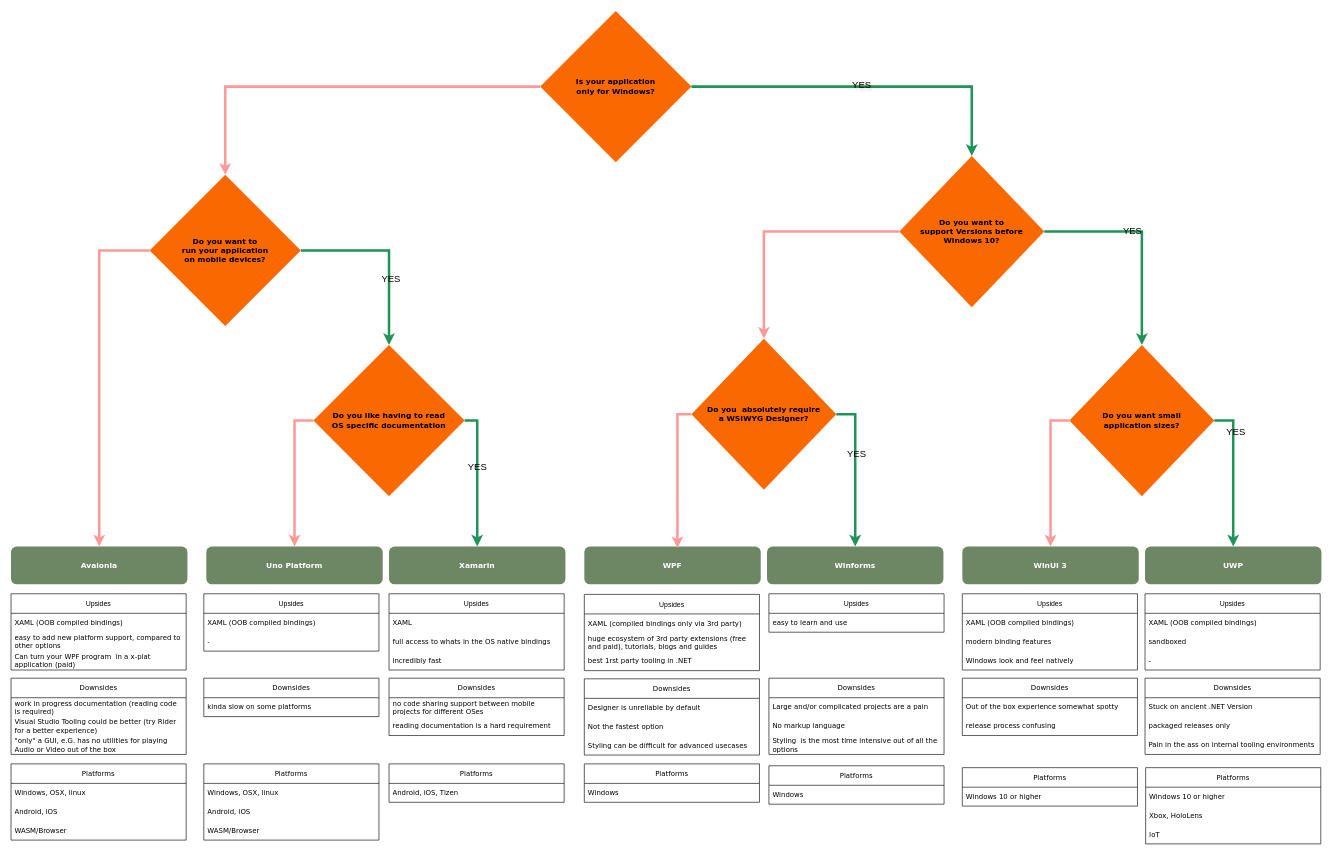
This is .net-gui-overview.drawio from Insire/diagrams, a draw.io file, before an edit. Source tidied: cells renumbered, new cells numbered last; positions are measured from the earlier drawing's top-left corner, leaving out a move shared by most shapes. Both pictures are drawn from the tidied source at 63%, with x=0, y=0 at pixel (11, 11).
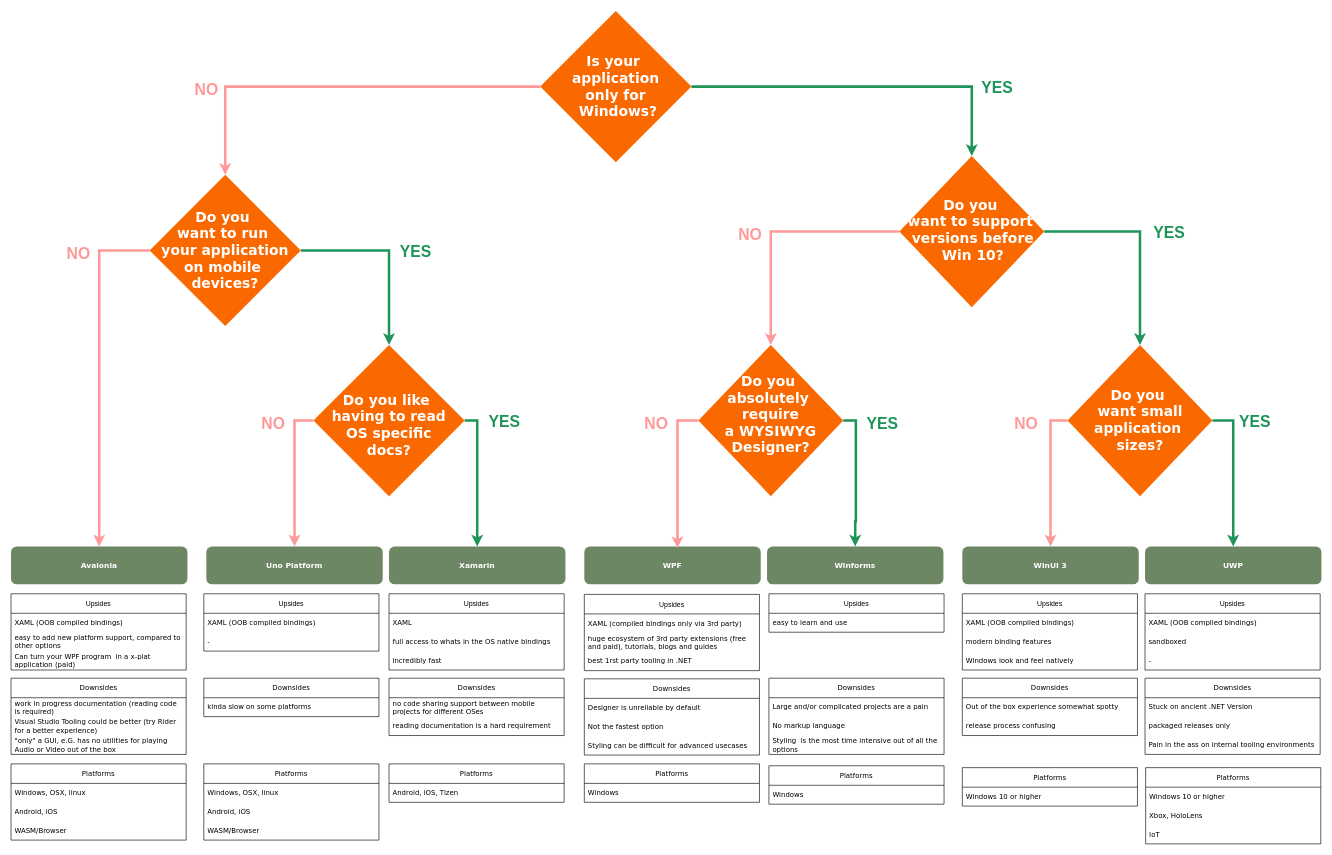
The same diagram, later.

Unchanged cells that the change refers to:
```xml
<mxCell id="3" style="edgeStyle=orthogonalEdgeStyle;rounded=0;jettySize=auto;html=1;entryX=0.5;entryY=0;entryDx=0;entryDy=0;exitX=1;exitY=0.5;exitDx=0;exitDy=0;strokeColor=#1E9459;strokeWidth=4;align=center;verticalAlign=middle;fontFamily=Helvetica;fontSize=11;fontColor=default;labelBackgroundColor=default;endArrow=classic;fillColor=#cdeb8b;" parent="1" edge="1" source="20" target="15">
  <mxGeometry relative="1" as="geometry" />
</mxCell>
<mxCell id="13" style="edgeStyle=orthogonalEdgeStyle;rounded=0;jettySize=auto;html=1;entryX=0.5;entryY=0;entryDx=0;entryDy=0;strokeColor=#1E9459;strokeWidth=4;align=center;verticalAlign=middle;fontFamily=Helvetica;fontSize=11;fontColor=default;labelBackgroundColor=default;endArrow=classic;fillColor=#cdeb8b;" parent="1" edge="1" source="15" target="32">
  <mxGeometry relative="1" as="geometry" />
</mxCell>
<mxCell id="17" style="edgeStyle=orthogonalEdgeStyle;rounded=0;jettySize=auto;html=1;strokeColor=#1E9459;strokeWidth=4;align=center;verticalAlign=middle;fontFamily=Helvetica;fontSize=11;fontColor=default;labelBackgroundColor=default;endArrow=classic;fillColor=#cdeb8b;" parent="1" edge="1" source="19" target="24">
  <mxGeometry relative="1" as="geometry" />
</mxCell>
<mxCell id="21" style="edgeStyle=orthogonalEdgeStyle;rounded=0;jettySize=auto;html=1;exitX=1;exitY=0.5;exitDx=0;exitDy=0;fillColor=#cdeb8b;strokeColor=#1E9459;strokeWidth=4;align=center;verticalAlign=middle;fontFamily=Helvetica;fontSize=11;fontColor=default;labelBackgroundColor=default;endArrow=classic;" parent="1" edge="1" source="24" target="11">
  <mxGeometry relative="1" as="geometry" />
</mxCell>
<mxCell id="25" style="edgeStyle=orthogonalEdgeStyle;rounded=0;jettySize=auto;html=1;entryX=0.5;entryY=0;entryDx=0;entryDy=0;exitX=1;exitY=0.5;exitDx=0;exitDy=0;strokeColor=#1E9459;strokeWidth=4;align=center;verticalAlign=middle;fontFamily=Helvetica;fontSize=11;fontColor=default;labelBackgroundColor=default;endArrow=classic;fillColor=#cdeb8b;" parent="1" edge="1" source="27" target="6">
  <mxGeometry relative="1" as="geometry" />
</mxCell>
<mxCell id="29" style="edgeStyle=orthogonalEdgeStyle;rounded=0;jettySize=auto;html=1;entryX=0.5;entryY=0;entryDx=0;entryDy=0;exitX=1;exitY=0.5;exitDx=0;exitDy=0;strokeColor=#1E9459;strokeWidth=4;align=center;verticalAlign=middle;fontFamily=Helvetica;fontSize=11;fontColor=default;labelBackgroundColor=default;endArrow=classic;fillColor=#cdeb8b;" parent="1" edge="1" source="32" target="8">
  <mxGeometry relative="1" as="geometry" />
</mxCell>
```

Diff of the diagram source:
```diff
@@
-    <mxCell id="4" value="YES" style="edgeLabel;html=1;align=center;verticalAlign=middle;textShadow=1;labelBackgroundColor=none;fontSize=15;" parent="3" vertex="1">
-      <mxGeometry x="-0.03" y="4" relative="1" as="geometry" />
-    </mxCell>
@@
-    <mxCell id="14" value="YES" style="edgeLabel;html=1;align=center;verticalAlign=middle;fontFamily=Helvetica;fontSize=15;fontColor=default;labelBackgroundColor=none;" parent="13" vertex="1">
-      <mxGeometry x="-0.17" y="2" relative="1" as="geometry" />
-    </mxCell>
-    <mxCell id="15" value="&lt;div&gt;&lt;b&gt;Do you want to&lt;br&gt; support Versions before&lt;br&gt;Windows 10?&lt;/b&gt;&lt;/div&gt;" style="rhombus;whiteSpace=wrap;html=1;fillColor=#fa6800;fontColor=#000000;strokeColor=none;fontFamily=Verdana;" parent="1" vertex="1">
+    <mxCell id="15" value="&lt;div style=&quot;font-size: 22px;&quot;&gt;&lt;b style=&quot;font-size: 22px;&quot;&gt;Do you&amp;nbsp;&lt;/b&gt;&lt;/div&gt;&lt;div style=&quot;font-size: 22px;&quot;&gt;&lt;b style=&quot;font-size: 22px;&quot;&gt;want to support&amp;nbsp;&lt;/b&gt;&lt;/div&gt;&lt;div style=&quot;font-size: 22px;&quot;&gt;&lt;b style=&quot;font-size: 22px;&quot;&gt;versions before&lt;br style=&quot;font-size: 22px;&quot;&gt;Win 10?&lt;/b&gt;&lt;/div&gt;" style="rhombus;whiteSpace=wrap;html=1;fillColor=#fa6800;fontColor=#FFFFFF;strokeColor=none;fontFamily=Verdana;labelBorderColor=none;fontSize=22;spacingBottom=0;spacingTop=-5;spacingLeft=4;" parent="1" vertex="1">
       <mxGeometry x="1410" y="230" width="230" height="240" as="geometry" />
     </mxCell>
@@
-    <mxCell id="18" value="YES" style="edgeLabel;html=1;align=center;verticalAlign=middle;fontFamily=Helvetica;fontSize=15;fontColor=default;labelBackgroundColor=none;" parent="17" vertex="1">
-      <mxGeometry x="0.26" y="2" relative="1" as="geometry" />
-    </mxCell>
-    <mxCell id="19" value="Do you want to&lt;br&gt;run your application&lt;br&gt; on mobile devices?" style="rhombus;whiteSpace=wrap;html=1;fillColor=#fa6800;fontColor=#000000;strokeColor=none;fontStyle=1;fontFamily=Verdana;" parent="1" vertex="1">
+    <mxCell id="19" value="&lt;div&gt;Do you&amp;nbsp;&lt;/div&gt;&lt;div&gt;want to run&amp;nbsp;&lt;/div&gt;&lt;div&gt;your application&lt;/div&gt;&lt;div&gt; on mobile&amp;nbsp;&lt;/div&gt;&lt;div&gt;devices?&lt;/div&gt;" style="rhombus;whiteSpace=wrap;html=1;fillColor=#fa6800;fontColor=#FFFFFF;strokeColor=none;fontStyle=1;fontFamily=Verdana;fontSize=22;" parent="1" vertex="1">
       <mxGeometry x="220" y="260" width="240" height="240" as="geometry" />
     </mxCell>
-    <mxCell id="20" value="Is your application&lt;br&gt; only for Windows?" style="rhombus;whiteSpace=wrap;html=1;fillColor=#fa6800;strokeColor=none;fontStyle=1;fontColor=#000000;fontFamily=Verdana;" parent="1" vertex="1">
+    <mxCell id="20" value="&lt;div&gt;Is your&amp;nbsp;&lt;/div&gt;&lt;div&gt;application&lt;/div&gt;&lt;div&gt; only for&lt;/div&gt;&lt;div&gt;&amp;nbsp;Windows?&lt;/div&gt;" style="rhombus;whiteSpace=wrap;html=1;fillColor=#fa6800;strokeColor=none;fontStyle=1;fontColor=#FFFFFF;fontFamily=Verdana;fontSize=22;" parent="1" vertex="1">
       <mxGeometry x="840" width="240" height="240" as="geometry" />
     </mxCell>
@@
-    <mxCell id="22" value="YES" style="edgeLabel;html=1;align=center;verticalAlign=middle;fontFamily=Helvetica;fontSize=15;fontColor=default;labelBackgroundColor=none;" parent="21" vertex="1">
-      <mxGeometry x="-0.16" y="-1" relative="1" as="geometry" />
-    </mxCell>
@@
-    <mxCell id="24" value="Do you like having to read &lt;br&gt; OS specific documentation" style="rhombus;whiteSpace=wrap;html=1;fillColor=#fa6800;fontColor=#000000;strokeColor=none;fontStyle=1;fontFamily=Verdana;" parent="1" vertex="1">
+    <mxCell id="24" value="&lt;div&gt;Do you like&amp;nbsp;&lt;/div&gt;&lt;div&gt;having to read &lt;/div&gt;&lt;div&gt; OS specific &lt;br&gt;&lt;/div&gt;&lt;div&gt;docs?&lt;br&gt;&lt;/div&gt;" style="rhombus;whiteSpace=wrap;html=1;fillColor=#fa6800;fontColor=#FFFFFF;strokeColor=none;fontStyle=1;fontFamily=Verdana;fontSize=22;spacingTop=15;" parent="1" vertex="1">
       <mxGeometry x="480" y="530" width="240" height="240" as="geometry" />
     </mxCell>
@@
-    <mxCell id="26" value="YES" style="edgeLabel;html=1;align=center;verticalAlign=middle;fontFamily=Helvetica;fontSize=15;fontColor=default;labelBackgroundColor=none;" parent="25" vertex="1">
-      <mxGeometry x="-0.24" y="1" relative="1" as="geometry" />
+    <mxCell id="26" value="YES" style="edgeLabel;html=1;align=center;verticalAlign=middle;fontFamily=Helvetica;fontSize=25;fontColor=#1e9459;labelBackgroundColor=none;fontStyle=1;" parent="25" vertex="1">
+      <mxGeometry x="-0.24" y="1" relative="1" as="geometry">
+        <mxPoint x="40" y="-61" as="offset" />
+      </mxGeometry>
     </mxCell>
-    <mxCell id="27" value="Do you&amp;nbsp; absolutely require &lt;br&gt;a WSIWYG Designer?" style="rhombus;whiteSpace=wrap;html=1;fillColor=#fa6800;fontColor=#000000;strokeColor=none;fontStyle=1;fontFamily=Verdana;" parent="1" vertex="1">
-      <mxGeometry x="1080" y="520" width="230" height="240" as="geometry" />
+    <mxCell id="27" value="&lt;div style=&quot;font-size: 22px;&quot;&gt;Do you&amp;nbsp; absolutely&amp;nbsp;&lt;/div&gt;&lt;div style=&quot;font-size: 22px;&quot;&gt;require &lt;/div&gt;a WYSIWYG Designer?" style="rhombus;whiteSpace=wrap;html=1;fillColor=#fa6800;fontColor=#FFFFFF;strokeColor=none;fontStyle=1;fontFamily=Verdana;fontSize=22;horizontal=1;spacing=2;spacingTop=-19;" parent="1" vertex="1">
+      <mxGeometry x="1091" y="530" width="230" height="240" as="geometry" />
     </mxCell>
@@
-    <mxCell id="30" value="YES" style="edgeLabel;html=1;align=center;verticalAlign=middle;fontFamily=Helvetica;fontSize=15;fontColor=default;labelBackgroundColor=none;" parent="29" vertex="1">
-      <mxGeometry x="-0.59" y="3" relative="1" as="geometry" />
-    </mxCell>
@@
-    <mxCell id="32" value="Do you want small &lt;br&gt;application sizes?" style="rhombus;whiteSpace=wrap;html=1;fillColor=#fa6800;fontColor=#000000;strokeColor=none;fontStyle=1;fontFamily=Verdana;" parent="1" vertex="1">
-      <mxGeometry x="1680" y="530" width="230" height="240" as="geometry" />
+    <mxCell id="32" value="&lt;div&gt;Do you&amp;nbsp;&lt;/div&gt;&lt;div&gt;want small &lt;/div&gt;&lt;div&gt;application&amp;nbsp;&lt;/div&gt;&lt;div&gt;sizes?&lt;/div&gt;" style="rhombus;html=1;fillColor=#fa6800;fontColor=#FFFFFF;strokeColor=none;fontStyle=1;fontFamily=Verdana;fontSize=22;" parent="1" vertex="1">
+      <mxGeometry x="1677" y="530" width="230" height="240" as="geometry" />
     </mxCell>
@@
+    <mxCell id="102" value="YES" style="edgeLabel;html=1;align=center;verticalAlign=middle;fontFamily=Helvetica;fontSize=25;fontColor=#1e9459;labelBackgroundColor=none;fontStyle=1;" parent="1" vertex="1">
+      <mxGeometry x="1973" y="650" as="geometry" />
+    </mxCell>
+    <mxCell id="103" value="YES" style="edgeLabel;html=1;align=center;verticalAlign=middle;fontFamily=Helvetica;fontSize=25;fontColor=#1e9459;labelBackgroundColor=none;fontStyle=1;" parent="1" vertex="1">
+      <mxGeometry x="1837" y="350" as="geometry" />
+    </mxCell>
+    <mxCell id="104" value="YES" style="edgeLabel;html=1;align=center;verticalAlign=middle;fontFamily=Helvetica;fontSize=25;fontColor=#1e9459;labelBackgroundColor=none;fontStyle=1;" parent="1" vertex="1">
+      <mxGeometry x="1564" y="120" as="geometry" />
+    </mxCell>
+    <mxCell id="105" value="YES" style="edgeLabel;html=1;align=center;verticalAlign=middle;fontFamily=Helvetica;fontSize=25;fontColor=#1e9459;labelBackgroundColor=none;fontStyle=1;" parent="1" vertex="1">
+      <mxGeometry x="782" y="650" as="geometry" />
+    </mxCell>
+    <mxCell id="106" value="YES" style="edgeLabel;html=1;align=center;verticalAlign=middle;fontFamily=Helvetica;fontSize=25;fontColor=#1e9459;labelBackgroundColor=none;fontStyle=1;" parent="1" vertex="1">
+      <mxGeometry x="641" y="380" as="geometry" />
+    </mxCell>
+    <mxCell id="107" value="NO" style="edgeLabel;html=1;align=center;verticalAlign=middle;fontFamily=Helvetica;fontSize=25;fontColor=#ff9999;labelBackgroundColor=none;fontStyle=1;" parent="1" vertex="1">
+      <mxGeometry x="306" y="120" as="geometry">
+        <mxPoint x="3" y="3" as="offset" />
+      </mxGeometry>
+    </mxCell>
+    <mxCell id="108" value="NO" style="edgeLabel;html=1;align=center;verticalAlign=middle;fontFamily=Helvetica;fontSize=25;fontColor=#ff9999;labelBackgroundColor=none;fontStyle=1;" parent="1" vertex="1">
+      <mxGeometry x="103" y="380" as="geometry">
+        <mxPoint x="3" y="3" as="offset" />
+      </mxGeometry>
+    </mxCell>
+    <mxCell id="109" value="NO" style="edgeLabel;html=1;align=center;verticalAlign=middle;fontFamily=Helvetica;fontSize=25;fontColor=#ff9999;labelBackgroundColor=none;fontStyle=1;" parent="1" vertex="1">
+      <mxGeometry x="1169" y="350" as="geometry">
+        <mxPoint x="3" y="3" as="offset" />
+      </mxGeometry>
+    </mxCell>
+    <mxCell id="110" value="NO" style="edgeLabel;html=1;align=center;verticalAlign=middle;fontFamily=Helvetica;fontSize=25;fontColor=#ff9999;labelBackgroundColor=none;fontStyle=1;" parent="1" vertex="1">
+      <mxGeometry x="412" y="650" as="geometry">
+        <mxPoint x="3" y="3" as="offset" />
+      </mxGeometry>
+    </mxCell>
+    <mxCell id="111" value="NO" style="edgeLabel;html=1;align=center;verticalAlign=middle;fontFamily=Helvetica;fontSize=25;fontColor=#ff9999;labelBackgroundColor=none;fontStyle=1;" parent="1" vertex="1">
+      <mxGeometry x="1020" y="650" as="geometry">
+        <mxPoint x="3" y="3" as="offset" />
+      </mxGeometry>
+    </mxCell>
+    <mxCell id="112" value="NO" style="edgeLabel;html=1;align=center;verticalAlign=middle;fontFamily=Helvetica;fontSize=25;fontColor=#ff9999;labelBackgroundColor=none;fontStyle=1;" parent="1" vertex="1">
+      <mxGeometry x="1607" y="650" as="geometry">
+        <mxPoint x="3" y="3" as="offset" />
+      </mxGeometry>
+    </mxCell>
```
